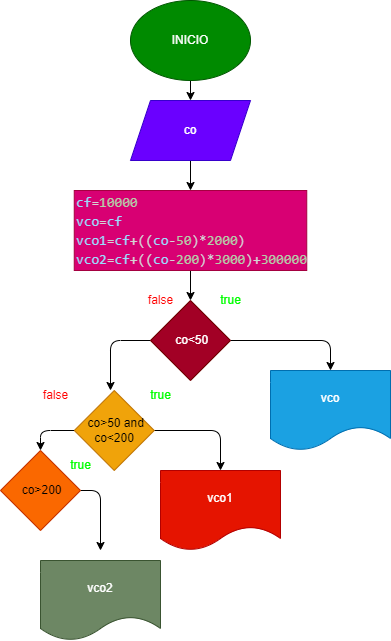
This is ejercicio5/diagrama.png from lisethcorrea/taller_condicionales_ejercicios, a draw.io export, as it was before one commit. Source tidied: cells renumbered, new cells last; positions are measured from the earlier drawing's top-left corner, leaving out a move shared by most shapes.
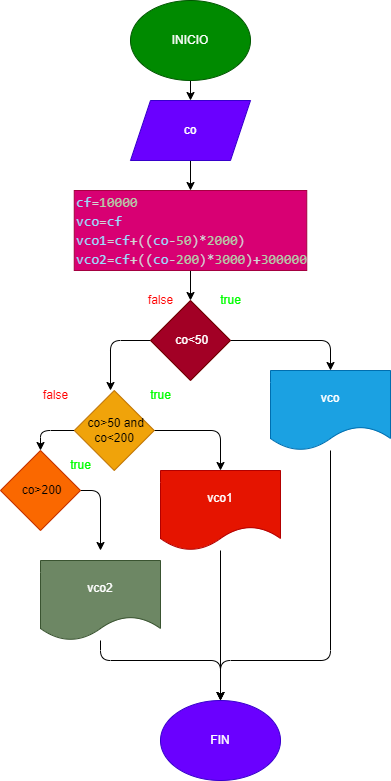
The same file after the commit.

Commit message:
se modifico el diagrama de flujo

The edit, as a diff of the source:
```diff
@@ -38,6 +38,14 @@
     <mxCell id="10" value="&amp;nbsp;co&amp;lt;50" style="rhombus;whiteSpace=wrap;html=1;align=center;fillColor=#a20025;fontColor=#ffffff;strokeColor=#6F0000;" parent="1" vertex="1">
       <mxGeometry x="150" y="300" width="80" height="80" as="geometry" />
     </mxCell>
+    <mxCell id="24" style="edgeStyle=none;html=1;entryX=0.5;entryY=0;entryDx=0;entryDy=0;" parent="1" edge="1" source="11" target="27">
+      <mxGeometry relative="1" as="geometry">
+        <Array as="points">
+          <mxPoint x="330" y="660" />
+          <mxPoint x="220" y="660" />
+        </Array>
+      </mxGeometry>
+    </mxCell>
     <mxCell id="11" value="vco" style="shape=document;whiteSpace=wrap;html=1;boundedLbl=1;fillColor=#1ba1e2;fontColor=#ffffff;strokeColor=#006EAF;" parent="1" vertex="1">
       <mxGeometry x="270" y="370" width="120" height="80" as="geometry" />
     </mxCell>
@@ -58,9 +66,20 @@
     <mxCell id="14" value="&amp;nbsp;co&amp;gt;50 and co&amp;lt;200" style="rhombus;whiteSpace=wrap;html=1;align=center;fillColor=#f0a30a;fontColor=#000000;strokeColor=#BD7000;" parent="1" vertex="1">
       <mxGeometry x="73.8" y="390" width="80" height="80" as="geometry" />
     </mxCell>
+    <mxCell id="25" style="edgeStyle=none;html=1;entryX=0.5;entryY=0;entryDx=0;entryDy=0;" parent="1" edge="1" source="15" target="27">
+      <mxGeometry relative="1" as="geometry">
+        <Array as="points">
+          <mxPoint x="100" y="660" />
+          <mxPoint x="220" y="660" />
+        </Array>
+      </mxGeometry>
+    </mxCell>
     <mxCell id="15" value="vco2" style="shape=document;whiteSpace=wrap;html=1;boundedLbl=1;fillColor=#6d8764;fontColor=#ffffff;strokeColor=#3A5431;" parent="1" vertex="1">
       <mxGeometry x="40" y="560" width="120" height="80" as="geometry" />
     </mxCell>
+    <mxCell id="26" style="edgeStyle=none;html=1;entryX=0.5;entryY=0;entryDx=0;entryDy=0;" parent="1" edge="1" source="16" target="27">
+      <mxGeometry relative="1" as="geometry" />
+    </mxCell>
     <mxCell id="16" value="vco1" style="shape=document;whiteSpace=wrap;html=1;boundedLbl=1;fillColor=#e51400;fontColor=#ffffff;strokeColor=#B20000;" parent="1" vertex="1">
       <mxGeometry x="160" y="470" width="120" height="80" as="geometry" />
     </mxCell>
@@ -90,5 +109,8 @@
     <mxCell id="23" value="&lt;font color=&quot;#00ff00&quot;&gt;true&lt;/font&gt;" style="text;html=1;align=center;verticalAlign=middle;strokeColor=none;fillColor=none;" parent="1" vertex="1">
       <mxGeometry x="60" y="450" width="40" height="30" as="geometry" />
     </mxCell>
+    <mxCell id="27" value="FIN" style="ellipse;whiteSpace=wrap;html=1;fillColor=#6a00ff;fontColor=#ffffff;strokeColor=#3700CC;" parent="1" vertex="1">
+      <mxGeometry x="160" y="700" width="120" height="80" as="geometry" />
+    </mxCell>
   </root>
 </mxGraphModel>
```
